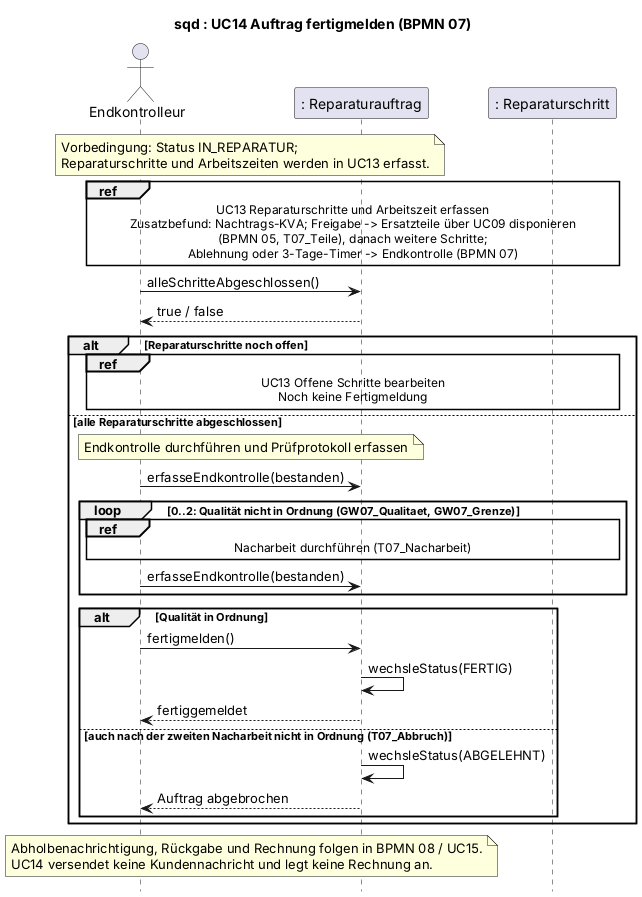
Earlier version of the PlantUML export 2_uml/entwurf-plantuml/sequenz-04-fertigmeldung.png (jakobschwan123-cmd/casestudy-semester-3).
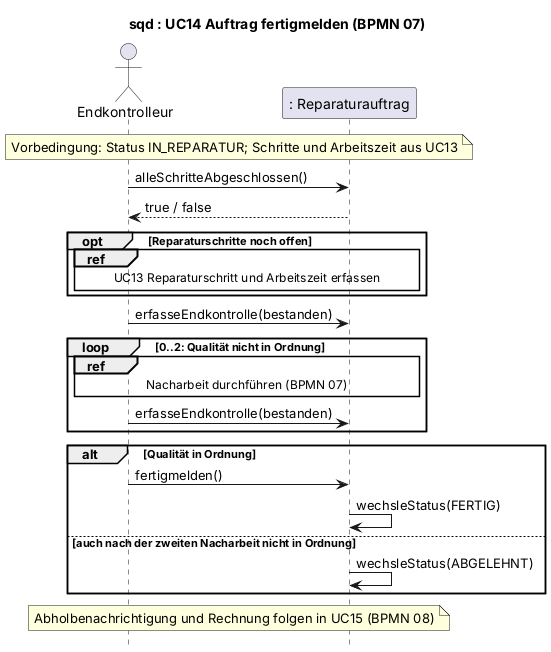
The same diagram one commit later.

Change to the diagram source:
```diff
@@ -2,34 +2,28 @@
 title sqd : UC14 Auftrag fertigmelden (BPMN 07)
 skinparam defaultFontName Arial
 skinparam sequenceMessageAlign left
-skinparam maxMessageSize 160
+skinparam maxMessageSize 170
 hide footbox
 
-actor Endkontrolleur as Techniker
+actor Endkontrolleur as E
 participant ": Reparaturauftrag" as RA
-participant ": Reparaturschritt" as RS
 
-note over Techniker, RA : Vorbedingung: Status IN_REPARATUR;\nReparaturschritte und Arbeitszeiten werden in UC13 erfasst.
-ref over Techniker, RA, RS : UC13 Reparaturschritte und Arbeitszeit erfassen\nZusatzbefund: Nachtrags-KVA; Freigabe -> Ersatzteile über UC09 disponieren\n(BPMN 05, T07_Teile), danach weitere Schritte;\nAblehnung oder 3-Tage-Timer -> Endkontrolle (BPMN 07)
-Techniker -> RA : alleSchritteAbgeschlossen()
-RA --> Techniker : true / false
-alt Reparaturschritte noch offen
-    ref over Techniker, RA, RS : UC13 Offene Schritte bearbeiten\nNoch keine Fertigmeldung
-else alle Reparaturschritte abgeschlossen
-    note over Techniker, RA : Endkontrolle durchführen und Prüfprotokoll erfassen
-    Techniker -> RA : erfasseEndkontrolle(bestanden)
-    loop 0..2: Qualität nicht in Ordnung (GW07_Qualitaet, GW07_Grenze)
-        ref over Techniker, RA, RS : Nacharbeit durchführen (T07_Nacharbeit)
-        Techniker -> RA : erfasseEndkontrolle(bestanden)
-    end
-    alt Qualität in Ordnung
-        Techniker -> RA : fertigmelden()
-        RA -> RA : wechsleStatus(FERTIG)
-        RA --> Techniker : fertiggemeldet
-    else auch nach der zweiten Nacharbeit nicht in Ordnung (T07_Abbruch)
-        RA -> RA : wechsleStatus(ABGELEHNT)
-        RA --> Techniker : Auftrag abgebrochen
-    end
+note over E, RA : Vorbedingung: Status IN_REPARATUR; Schritte und Arbeitszeit aus UC13
+E -> RA : alleSchritteAbgeschlossen()
+RA --> E : true / false
+opt Reparaturschritte noch offen
+    ref over E, RA : UC13 Reparaturschritt und Arbeitszeit erfassen
 end
-note over Techniker, RA : Abholbenachrichtigung, Rückgabe und Rechnung folgen in BPMN 08 / UC15.\nUC14 versendet keine Kundennachricht und legt keine Rechnung an.
+E -> RA : erfasseEndkontrolle(bestanden)
+loop 0..2: Qualität nicht in Ordnung
+    ref over E, RA : Nacharbeit durchführen (BPMN 07)
+    E -> RA : erfasseEndkontrolle(bestanden)
+end
+alt Qualität in Ordnung
+    E -> RA : fertigmelden()
+    RA -> RA : wechsleStatus(FERTIG)
+else auch nach der zweiten Nacharbeit nicht in Ordnung
+    RA -> RA : wechsleStatus(ABGELEHNT)
+end
+note over E, RA : Abholbenachrichtigung und Rechnung folgen in UC15 (BPMN 08)
 @enduml
```
